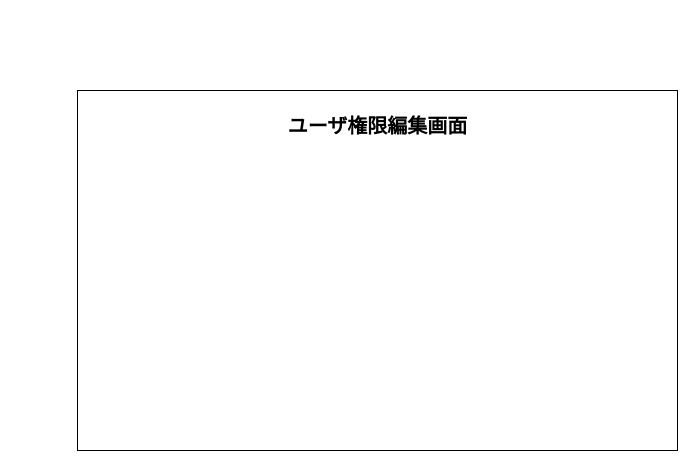
The draw.io diagram 各種設計書/6.画面設計書/ユーザ権限編集画面.drawio in HaruShim/Sotuken, before the edit. Source tidied: cells renumbered, new cells numbered last; positions are measured from the earlier drawing's top-left corner, leaving out a move shared by most shapes. Both pictures are drawn from the tidied source at 100%, with x=0, y=0 at pixel (77, 90).
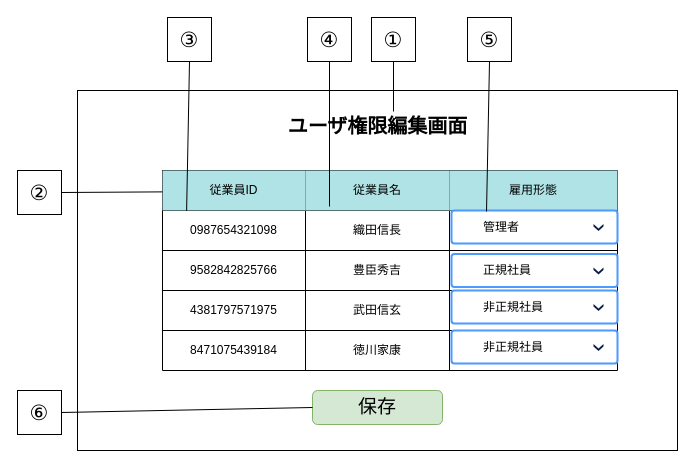
The same page after the edit.

What changed in the source:
```diff
@@
+    <mxCell id="4" style="shape=table;startSize=0;childLayout=tableLayout;" parent="1" vertex="1">
+      <mxGeometry x="85" y="80" width="455" height="200" as="geometry" />
+    </mxCell>
+    <mxCell id="5" style="shape=partialRectangle;fillColor=none;top=0;left=0;bottom=0;right=0;points=[[0,0.5],[1,0.5]];portConstraint=eastwest;" parent="4" vertex="1">
+      <mxGeometry width="455" height="40" as="geometry" />
+    </mxCell>
+    <mxCell id="6" value="従業員ID" style="shape=partialRectangle;html=1;whiteSpace=wrap;overflow=hidden;fillColor=#b0e3e6;top=0;left=0;bottom=0;right=0;strokeColor=#0e8088;" parent="5" vertex="1">
+      <mxGeometry width="143" height="40" as="geometry" />
+    </mxCell>
+    <mxCell id="7" value="従業員名" style="shape=partialRectangle;html=1;whiteSpace=wrap;overflow=hidden;fillColor=#b0e3e6;top=0;left=0;bottom=0;right=0;strokeColor=#0e8088;" parent="5" vertex="1">
+      <mxGeometry x="143" width="144" height="40" as="geometry" />
+    </mxCell>
+    <mxCell id="8" value="雇用形態" style="shape=partialRectangle;html=1;whiteSpace=wrap;overflow=hidden;fillColor=#b0e3e6;top=0;left=0;bottom=0;right=0;strokeColor=#0e8088;" parent="5" vertex="1">
+      <mxGeometry x="287" width="168" height="40" as="geometry" />
+    </mxCell>
+    <mxCell id="9" style="shape=partialRectangle;fillColor=none;top=0;left=0;bottom=0;right=0;points=[[0,0.5],[1,0.5]];portConstraint=eastwest;" parent="4" vertex="1">
+      <mxGeometry y="40" width="455" height="40" as="geometry" />
+    </mxCell>
+    <mxCell id="10" value="0987654321098" style="shape=partialRectangle;html=1;whiteSpace=wrap;overflow=hidden;fillColor=none;top=0;left=0;bottom=0;right=0;" parent="9" vertex="1">
+      <mxGeometry width="143" height="40" as="geometry" />
+    </mxCell>
+    <mxCell id="11" value="織田信長" style="shape=partialRectangle;html=1;whiteSpace=wrap;overflow=hidden;fillColor=none;top=0;left=0;bottom=0;right=0;" parent="9" vertex="1">
+      <mxGeometry x="143" width="144" height="40" as="geometry" />
+    </mxCell>
+    <mxCell id="12" style="shape=partialRectangle;html=1;whiteSpace=wrap;overflow=hidden;fillColor=none;top=0;left=0;bottom=0;right=0;" parent="9" vertex="1">
+      <mxGeometry x="287" width="168" height="40" as="geometry" />
+    </mxCell>
+    <mxCell id="13" style="shape=partialRectangle;fillColor=none;top=0;left=0;bottom=0;right=0;" parent="4" vertex="1">
+      <mxGeometry y="80" width="455" height="40" as="geometry" />
+    </mxCell>
+    <mxCell id="14" value="9582842825766" style="shape=partialRectangle;html=1;whiteSpace=wrap;overflow=hidden;fillColor=none;top=0;left=0;bottom=0;right=0;" parent="13" vertex="1">
+      <mxGeometry width="143" height="40" as="geometry" />
+    </mxCell>
+    <mxCell id="15" value="豊臣秀吉" style="shape=partialRectangle;html=1;whiteSpace=wrap;overflow=hidden;fillColor=none;top=0;left=0;bottom=0;right=0;" parent="13" vertex="1">
+      <mxGeometry x="143" width="144" height="40" as="geometry" />
+    </mxCell>
+    <mxCell id="16" style="shape=partialRectangle;html=1;whiteSpace=wrap;overflow=hidden;fillColor=none;top=0;left=0;bottom=0;right=0;" parent="13" vertex="1">
+      <mxGeometry x="287" width="168" height="40" as="geometry" />
+    </mxCell>
+    <mxCell id="17" style="shape=partialRectangle;fillColor=none;top=0;left=0;bottom=0;right=0;" parent="4" vertex="1">
+      <mxGeometry y="120" width="455" height="40" as="geometry" />
+    </mxCell>
+    <mxCell id="18" value="4381797571975" style="shape=partialRectangle;html=1;whiteSpace=wrap;overflow=hidden;fillColor=none;top=0;left=0;bottom=0;right=0;" parent="17" vertex="1">
+      <mxGeometry width="143" height="40" as="geometry" />
+    </mxCell>
+    <mxCell id="19" value="武田信玄" style="shape=partialRectangle;html=1;whiteSpace=wrap;overflow=hidden;fillColor=none;top=0;left=0;bottom=0;right=0;" parent="17" vertex="1">
+      <mxGeometry x="143" width="144" height="40" as="geometry" />
+    </mxCell>
+    <mxCell id="20" style="shape=partialRectangle;html=1;whiteSpace=wrap;overflow=hidden;fillColor=none;top=0;left=0;bottom=0;right=0;" parent="17" vertex="1">
+      <mxGeometry x="287" width="168" height="40" as="geometry" />
+    </mxCell>
+    <mxCell id="21" style="shape=partialRectangle;fillColor=none;top=0;left=0;bottom=0;right=0;" parent="4" vertex="1">
+      <mxGeometry y="160" width="455" height="40" as="geometry" />
+    </mxCell>
+    <mxCell id="22" value="8471075439184" style="shape=partialRectangle;html=1;whiteSpace=wrap;overflow=hidden;fillColor=none;top=0;left=0;bottom=0;right=0;" parent="21" vertex="1">
+      <mxGeometry width="143" height="40" as="geometry" />
+    </mxCell>
+    <mxCell id="23" value="徳川家康" style="shape=partialRectangle;html=1;whiteSpace=wrap;overflow=hidden;fillColor=none;top=0;left=0;bottom=0;right=0;" parent="21" vertex="1">
+      <mxGeometry x="143" width="144" height="40" as="geometry" />
+    </mxCell>
+    <mxCell id="24" style="shape=partialRectangle;html=1;whiteSpace=wrap;overflow=hidden;fillColor=none;top=0;left=0;bottom=0;right=0;" parent="21" vertex="1">
+      <mxGeometry x="287" width="168" height="40" as="geometry" />
+    </mxCell>
+    <mxCell id="25" value="&lt;span style=&quot;font-size: 19px&quot;&gt;保存&lt;/span&gt;" style="rounded=1;whiteSpace=wrap;html=1;align=center;labelBackgroundColor=none;fillColor=#d5e8d4;strokeColor=#82b366;" parent="1" vertex="1">
+      <mxGeometry x="235" y="300" width="130" height="34" as="geometry" />
+    </mxCell>
+    <mxCell id="26" value="管理者" style="rounded=1;arcSize=9;fillColor=#ffffff;strokeColor=#4C9AFF;html=1;strokeWidth=2;spacingLeft=30;fontColor=#000000;align=left;" parent="1" vertex="1">
+      <mxGeometry x="374" y="120" width="166" height="33" as="geometry" />
+    </mxCell>
+    <mxCell id="27" style="shape=step;whiteSpace=wrap;html=1;rounded=0;strokeColor=none;strokeWidth=2;fillColor=#0A1E43;gradientColor=none;fontFamily=Verdana;fontSize=14;fontColor=#000000;align=left;direction=south;size=0.65;" parent="26" vertex="1">
+      <mxGeometry x="1" y="0.5" width="10" height="7" relative="1" as="geometry">
+        <mxPoint x="-24" y="-3" as="offset" />
+      </mxGeometry>
+    </mxCell>
+    <mxCell id="28" value="正規社員" style="rounded=1;arcSize=9;fillColor=#ffffff;strokeColor=#4C9AFF;html=1;strokeWidth=2;spacingLeft=30;fontColor=#000000;align=left;" parent="1" vertex="1">
+      <mxGeometry x="374" y="163.5" width="166" height="33" as="geometry" />
+    </mxCell>
+    <mxCell id="29" style="shape=step;whiteSpace=wrap;html=1;rounded=0;strokeColor=none;strokeWidth=2;fillColor=#0A1E43;gradientColor=none;fontFamily=Verdana;fontSize=14;fontColor=#000000;align=left;direction=south;size=0.65;" parent="28" vertex="1">
+      <mxGeometry x="1" y="0.5" width="10" height="7" relative="1" as="geometry">
+        <mxPoint x="-24" y="-3" as="offset" />
+      </mxGeometry>
+    </mxCell>
+    <mxCell id="30" value="非正規社員" style="rounded=1;arcSize=9;fillColor=#ffffff;strokeColor=#4C9AFF;html=1;strokeWidth=2;spacingLeft=30;fontColor=#000000;align=left;" parent="1" vertex="1">
+      <mxGeometry x="374" y="200" width="166" height="33" as="geometry" />
+    </mxCell>
+    <mxCell id="31" style="shape=step;whiteSpace=wrap;html=1;rounded=0;strokeColor=none;strokeWidth=2;fillColor=#0A1E43;gradientColor=none;fontFamily=Verdana;fontSize=14;fontColor=#000000;align=left;direction=south;size=0.65;" parent="30" vertex="1">
+      <mxGeometry x="1" y="0.5" width="10" height="7" relative="1" as="geometry">
+        <mxPoint x="-24" y="-3" as="offset" />
+      </mxGeometry>
+    </mxCell>
+    <mxCell id="32" value="非正規社員" style="rounded=1;arcSize=9;fillColor=#ffffff;strokeColor=#4C9AFF;html=1;strokeWidth=2;spacingLeft=30;fontColor=#000000;align=left;" parent="1" vertex="1">
+      <mxGeometry x="374" y="240" width="166" height="33" as="geometry" />
+    </mxCell>
+    <mxCell id="33" style="shape=step;whiteSpace=wrap;html=1;rounded=0;strokeColor=none;strokeWidth=2;fillColor=#0A1E43;gradientColor=none;fontFamily=Verdana;fontSize=14;fontColor=#000000;align=left;direction=south;size=0.65;" parent="32" vertex="1">
+      <mxGeometry x="1" y="0.5" width="10" height="7" relative="1" as="geometry">
+        <mxPoint x="-24" y="-3" as="offset" />
+      </mxGeometry>
+    </mxCell>
+    <mxCell id="34" parent="0" />
+    <mxCell id="35" value="①" style="whiteSpace=wrap;html=1;fontSize=21;" parent="34" vertex="1">
+      <mxGeometry x="294" y="-73" width="44" height="44" as="geometry" />
+    </mxCell>
+    <mxCell id="36" style="endArrow=none;html=1;rounded=0;fontSize=19;entryX=0.5;entryY=1;entryDx=0;entryDy=0;" parent="34" edge="1" target="35">
+      <mxGeometry relative="1" as="geometry">
+        <mxPoint x="316" y="21" as="sourcePoint" />
+      </mxGeometry>
+    </mxCell>
+    <mxCell id="37" value="②" style="whiteSpace=wrap;html=1;fontSize=21;" parent="34" vertex="1">
+      <mxGeometry x="-60" y="80" width="44" height="44" as="geometry" />
+    </mxCell>
+    <mxCell id="38" style="endArrow=none;html=1;rounded=0;fontSize=19;entryX=1;entryY=0.5;entryDx=0;entryDy=0;" parent="34" edge="1" source="5" target="37">
+      <mxGeometry relative="1" as="geometry" />
+    </mxCell>
+    <mxCell id="39" value="③" style="whiteSpace=wrap;html=1;fontSize=21;" parent="34" vertex="1">
+      <mxGeometry x="90" y="-73" width="44" height="44" as="geometry" />
+    </mxCell>
+    <mxCell id="40" style="endArrow=none;html=1;rounded=0;fontSize=19;entryX=0.5;entryY=1;entryDx=0;entryDy=0;exitX=0.053;exitY=0.008;exitDx=0;exitDy=0;exitPerimeter=0;" parent="34" edge="1" source="9" target="39">
+      <mxGeometry relative="1" as="geometry" />
+    </mxCell>
+    <mxCell id="41" value="④" style="whiteSpace=wrap;html=1;fontSize=21;" parent="34" vertex="1">
+      <mxGeometry x="230" y="-73" width="44" height="44" as="geometry" />
+    </mxCell>
+    <mxCell id="42" style="endArrow=none;html=1;rounded=0;fontSize=19;entryX=0.5;entryY=1;entryDx=0;entryDy=0;" parent="34" edge="1" target="41">
+      <mxGeometry relative="1" as="geometry">
+        <mxPoint x="252" y="116" as="sourcePoint" />
+      </mxGeometry>
+    </mxCell>
+    <mxCell id="43" value="⑤" style="whiteSpace=wrap;html=1;fontSize=21;" parent="34" vertex="1">
+      <mxGeometry x="390" y="-73" width="44" height="44" as="geometry" />
+    </mxCell>
+    <mxCell id="44" style="endArrow=none;html=1;rounded=0;fontSize=19;entryX=0.5;entryY=1;entryDx=0;entryDy=0;exitX=0.211;exitY=0.03;exitDx=0;exitDy=0;exitPerimeter=0;" parent="34" edge="1" source="26" target="43">
+      <mxGeometry relative="1" as="geometry" />
+    </mxCell>
+    <mxCell id="45" value="⑥" style="whiteSpace=wrap;html=1;fontSize=21;" parent="34" vertex="1">
+      <mxGeometry x="-60" y="300" width="44" height="44" as="geometry" />
+    </mxCell>
+    <mxCell id="46" style="endArrow=none;html=1;rounded=0;fontSize=19;entryX=1;entryY=0.5;entryDx=0;entryDy=0;exitX=0;exitY=0.5;exitDx=0;exitDy=0;" parent="34" edge="1" source="25" target="45">
+      <mxGeometry relative="1" as="geometry" />
+    </mxCell>
```
